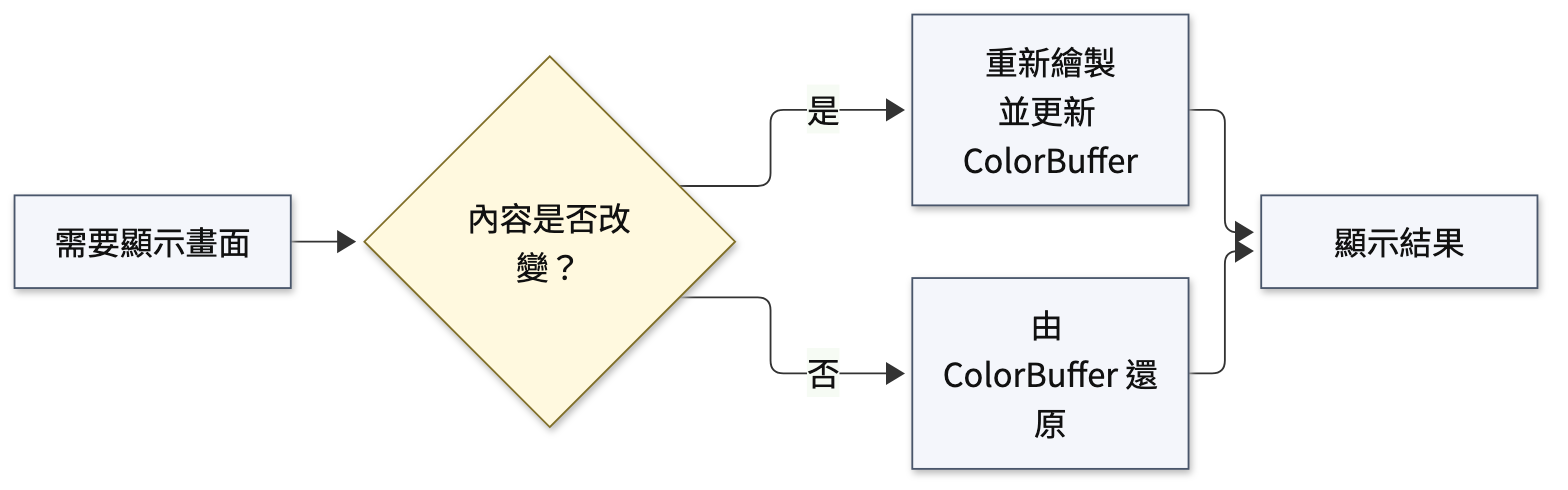
This is docs/figures/ch06_color-buffer-flow.png from YuanOwO/CG-hw1-paint, a Mermaid export, as it was before one commit. Its source is kept beside it as docs/figures-src/ch06_color-buffer-flow.mmd.
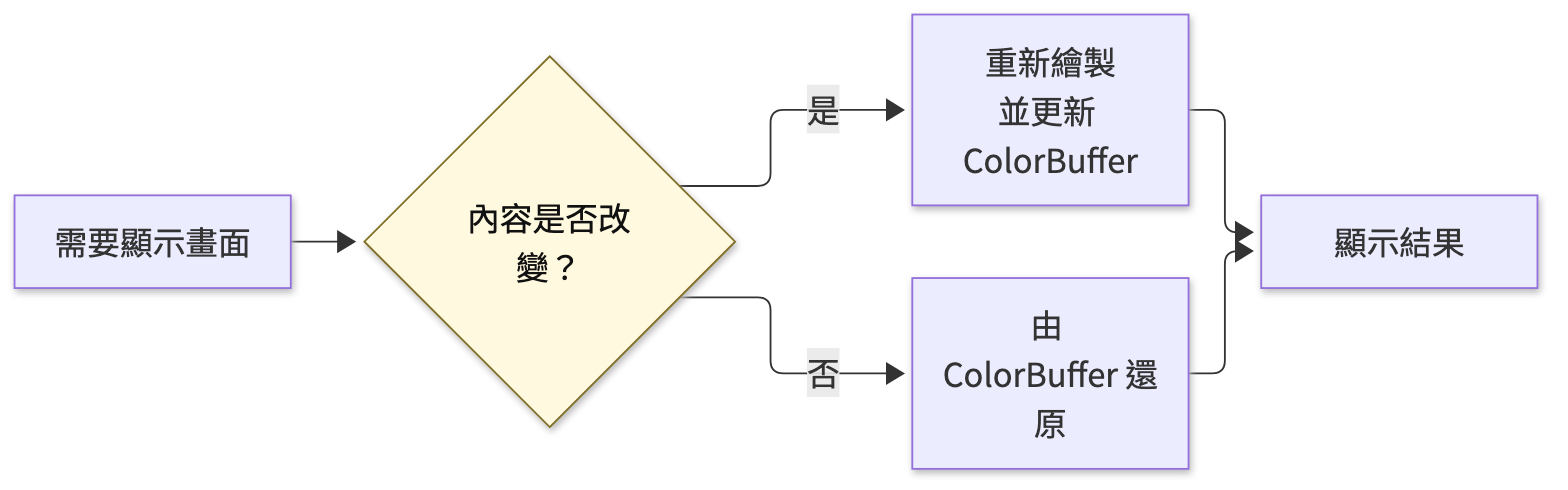
Above is the later version.

The edit, as a diff of the source:
```diff
@@ -5,7 +5,5 @@
     render --> screen[顯示結果]
     restore --> screen
 
-    classDef step fill:#f4f6fb,stroke:#49566b,color:#111,stroke-width:1px;
     classDef decision fill:#fff9df,stroke:#806f27,color:#111,stroke-width:1px;
-    class display,render,restore,screen step;
     class dirty decision;
```
